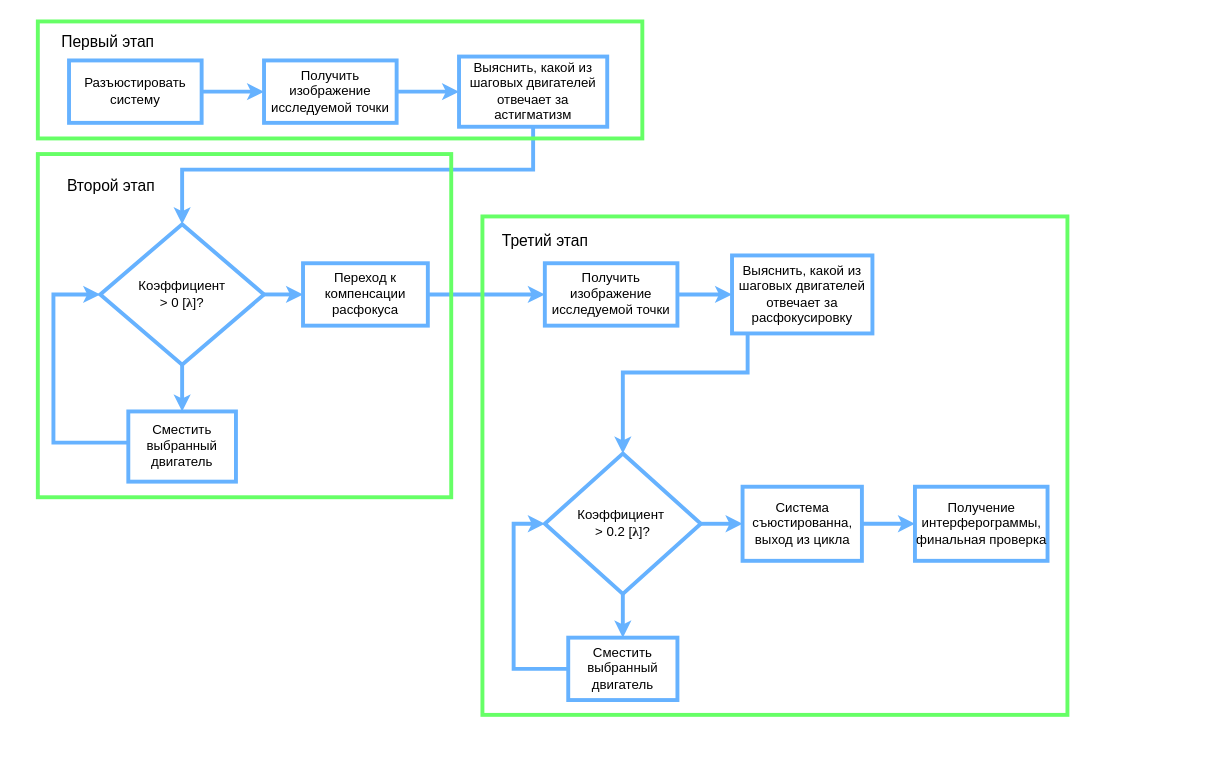
The draw.io diagram алг.drawio in Armore27/learning, before the edit. Source tidied: cells renumbered, new cells numbered last; positions are measured from the earlier drawing's top-left corner, leaving out a move shared by most shapes. Both pictures are drawn from the tidied source at 78%, with x=0, y=0 at pixel (13, 13).
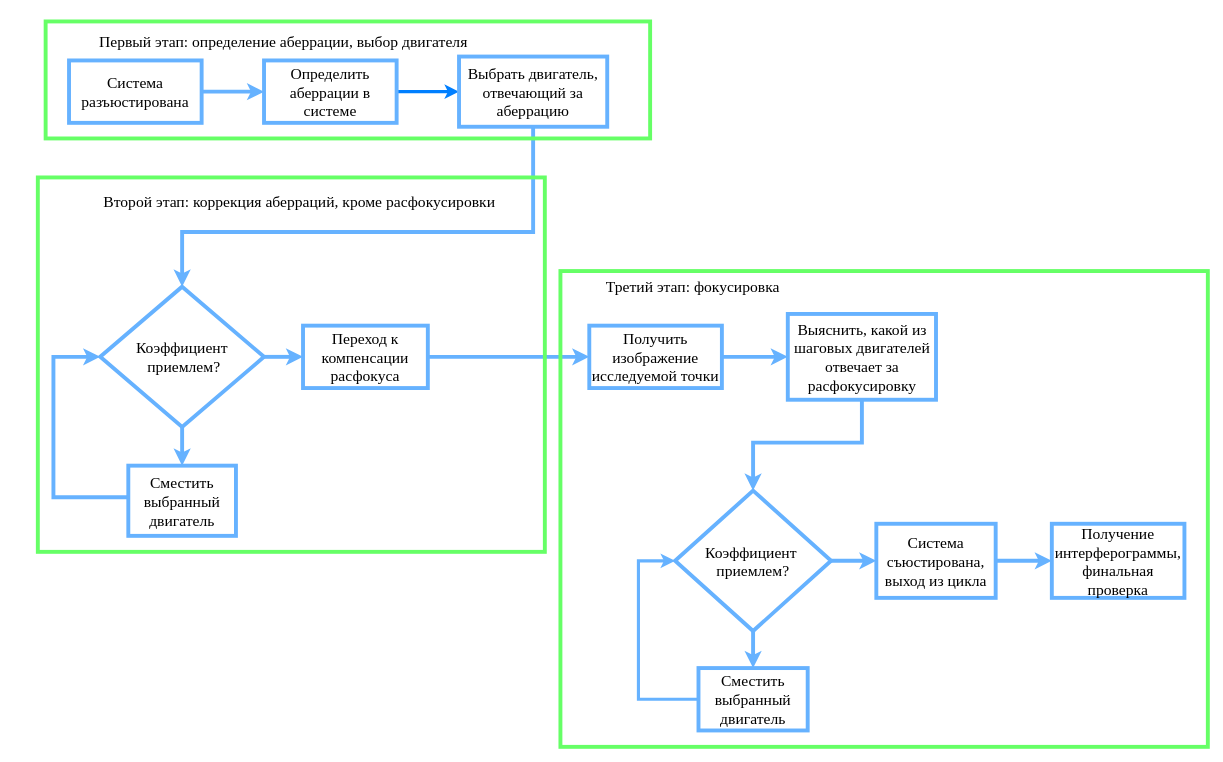
After the change.

Diff of the diagram source:
```diff
@@
-    <mxCell id="3" value="&lt;font style=&quot;font-size: 17px&quot;&gt;Разъюстировать систему&lt;/font&gt;" style="rounded=0;whiteSpace=wrap;html=1;strokeColor=#66B2FF;strokeWidth=5;" parent="1" vertex="1">
+    <mxCell id="3" value="&lt;font face=&quot;Times New Roman&quot; style=&quot;font-size: 20px&quot;&gt;Система разъюстирована&lt;/font&gt;" style="rounded=0;whiteSpace=wrap;html=1;strokeColor=#66B2FF;strokeWidth=5;" parent="1" vertex="1">
       <mxGeometry x="71" y="60" width="170" height="80" as="geometry" />
     </mxCell>
-    <mxCell id="4" style="edgeStyle=orthogonalEdgeStyle;rounded=0;jettySize=auto;html=1;strokeColor=#66B2FF;strokeWidth=5;" parent="1" edge="1" source="5" target="7">
+    <mxCell id="4" style="edgeStyle=orthogonalEdgeStyle;rounded=0;jettySize=auto;html=1;strokeColor=#007FFF;strokeWidth=4;" parent="1" edge="1" source="5" target="7">
       <mxGeometry relative="1" as="geometry" />
     </mxCell>
-    <mxCell id="5" value="&lt;font style=&quot;font-size: 17px&quot;&gt;Получить изображение исследуемой точки&lt;/font&gt;" style="rounded=0;whiteSpace=wrap;html=1;strokeColor=#66B2FF;strokeWidth=5;" parent="1" vertex="1">
+    <mxCell id="5" value="&lt;font style=&quot;font-size: 20px&quot; face=&quot;Times New Roman&quot;&gt;Определить аберрации в системе&lt;/font&gt;" style="rounded=0;whiteSpace=wrap;html=1;strokeColor=#66B2FF;strokeWidth=5;" parent="1" vertex="1">
       <mxGeometry x="321" y="60" width="170" height="80" as="geometry" />
     </mxCell>
     <mxCell id="6" style="edgeStyle=orthogonalEdgeStyle;rounded=0;jettySize=auto;html=1;entryX=0.5;entryY=0;entryDx=0;entryDy=0;strokeColor=#66B2FF;strokeWidth=5;" parent="1" edge="1" source="7" target="10">
       <mxGeometry relative="1" as="geometry">
         <Array as="points">
-          <mxPoint x="666" y="200" />
-          <mxPoint x="216" y="200" />
+          <mxPoint x="666" y="280" />
+          <mxPoint x="216" y="280" />
         </Array>
       </mxGeometry>
     </mxCell>
-    <mxCell id="7" value="&lt;font style=&quot;font-size: 17px&quot;&gt;Выяснить, какой из шаговых двигателей отвечает за астигматизм&lt;/font&gt;" style="rounded=0;whiteSpace=wrap;html=1;strokeColor=#66B2FF;strokeWidth=5;" parent="1" vertex="1">
+    <mxCell id="7" value="&lt;font style=&quot;font-size: 20px&quot; face=&quot;Times New Roman&quot;&gt;Выбрать двигатель, отвечающий за аберрацию&lt;/font&gt;" style="rounded=0;whiteSpace=wrap;html=1;strokeColor=#66B2FF;strokeWidth=5;" parent="1" vertex="1">
       <mxGeometry x="571" y="55" width="190" height="90" as="geometry" />
     </mxCell>
@@
-    <mxCell id="10" value="&lt;font&gt;&lt;span style=&quot;font-size: 17px&quot;&gt;Коэффициент &lt;/span&gt;&lt;br&gt;&lt;span style=&quot;font-size: 17px&quot;&gt;&amp;gt; 0 [&lt;/span&gt;&lt;span lang=&quot;grc&quot; style=&quot;color: rgb(34 , 34 , 34) ; font-family: sans-serif&quot;&gt;&lt;span style=&quot;font-family: &amp;#34;palatino linotype&amp;#34; , &amp;#34;new athena unicode&amp;#34; , &amp;#34;athena&amp;#34; , &amp;#34;gentium&amp;#34; , &amp;#34;code2000&amp;#34; , serif&quot;&gt;&lt;span style=&quot;font-weight: 700&quot;&gt;&lt;font style=&quot;font-size: 17px&quot;&gt;λ&lt;/font&gt;&lt;/span&gt;&lt;/span&gt;&lt;/span&gt;&lt;span style=&quot;font-size: 17px&quot;&gt;]?&lt;/span&gt;&lt;/font&gt;" style="rhombus;whiteSpace=wrap;html=1;strokeColor=#66B2FF;strokeWidth=5;" parent="1" vertex="1">
-      <mxGeometry x="111" y="270" width="210" height="180" as="geometry" />
+    <mxCell id="10" value="&lt;font face=&quot;Times New Roman&quot; style=&quot;font-size: 20px&quot;&gt;&lt;span&gt;Коэффициент &lt;/span&gt;&lt;br&gt;&lt;span&gt;&amp;nbsp;приемлем&lt;/span&gt;&lt;span&gt;?&lt;/span&gt;&lt;/font&gt;" style="rhombus;whiteSpace=wrap;html=1;strokeColor=#66B2FF;strokeWidth=5;" parent="1" vertex="1">
+      <mxGeometry x="111" y="350" width="210" height="180" as="geometry" />
     </mxCell>
     <mxCell id="11" style="edgeStyle=orthogonalEdgeStyle;rounded=0;jettySize=auto;html=1;strokeColor=#66B2FF;strokeWidth=5;entryX=0;entryY=0.5;entryDx=0;entryDy=0;" parent="1" edge="1" source="12" target="10">
       <mxGeometry relative="1" as="geometry">
         <Array as="points">
-          <mxPoint x="51" y="550" />
-          <mxPoint x="51" y="360" />
+          <mxPoint x="51" y="620" />
+          <mxPoint x="51" y="440" />
         </Array>
       </mxGeometry>
     </mxCell>
-    <mxCell id="12" value="&lt;font style=&quot;font-size: 17px&quot;&gt;Сместить выбранный двигатель&lt;/font&gt;" style="rounded=0;whiteSpace=wrap;html=1;strokeColor=#66B2FF;strokeWidth=5;" parent="1" vertex="1">
-      <mxGeometry x="147" y="510" width="138" height="90" as="geometry" />
+    <mxCell id="12" value="&lt;font style=&quot;font-size: 20px&quot; face=&quot;Times New Roman&quot;&gt;Сместить выбранный двигатель&lt;/font&gt;" style="rounded=0;whiteSpace=wrap;html=1;strokeColor=#66B2FF;strokeWidth=5;" parent="1" vertex="1">
+      <mxGeometry x="147" y="579.5" width="138" height="90" as="geometry" />
     </mxCell>
@@
-    <mxCell id="14" value="&lt;font style=&quot;font-size: 17px&quot;&gt;Переход к компенсации расфокуса&lt;/font&gt;" style="rounded=0;whiteSpace=wrap;html=1;strokeColor=#66B2FF;strokeWidth=5;" parent="1" vertex="1">
-      <mxGeometry x="371" y="320" width="160" height="80" as="geometry" />
+    <mxCell id="14" value="&lt;font style=&quot;font-size: 20px&quot; face=&quot;Times New Roman&quot;&gt;Переход к компенсации расфокуса&lt;/font&gt;" style="rounded=0;whiteSpace=wrap;html=1;strokeColor=#66B2FF;strokeWidth=5;" parent="1" vertex="1">
+      <mxGeometry x="371" y="400" width="160" height="80" as="geometry" />
     </mxCell>
@@
-    <mxCell id="16" value="&lt;font style=&quot;font-size: 17px&quot;&gt;Получить изображение исследуемой точки&lt;/font&gt;" style="rounded=0;whiteSpace=wrap;html=1;strokeColor=#66B2FF;strokeWidth=5;" parent="1" vertex="1">
-      <mxGeometry x="681" y="320" width="170" height="80" as="geometry" />
+    <mxCell id="16" value="&lt;font style=&quot;font-size: 20px&quot; face=&quot;Times New Roman&quot;&gt;Получить изображение исследуемой точки&lt;/font&gt;" style="rounded=0;whiteSpace=wrap;html=1;strokeColor=#66B2FF;strokeWidth=5;" parent="1" vertex="1">
+      <mxGeometry x="738" y="400" width="170" height="80" as="geometry" />
     </mxCell>
     <mxCell id="17" style="edgeStyle=orthogonalEdgeStyle;rounded=0;jettySize=auto;html=1;strokeColor=#66B2FF;strokeWidth=5;" parent="1" edge="1" source="18" target="21">
       <mxGeometry relative="1" as="geometry">
         <Array as="points">
-          <mxPoint x="941" y="460" />
-          <mxPoint x="781" y="460" />
+          <mxPoint x="1088" y="550" />
+          <mxPoint x="948" y="550" />
         </Array>
       </mxGeometry>
     </mxCell>
-    <mxCell id="18" value="&lt;font style=&quot;font-size: 17px&quot;&gt;Выяснить, какой из шаговых двигателей отвечает за расфокусировку&lt;/font&gt;" style="rounded=0;whiteSpace=wrap;html=1;strokeColor=#66B2FF;strokeWidth=5;" parent="1" vertex="1">
-      <mxGeometry x="921" y="310" width="180" height="100" as="geometry" />
+    <mxCell id="18" value="&lt;font style=&quot;font-size: 20px&quot; face=&quot;Times New Roman&quot;&gt;Выяснить, какой из шаговых двигателей отвечает за расфокусировку&lt;/font&gt;" style="rounded=0;whiteSpace=wrap;html=1;strokeColor=#66B2FF;strokeWidth=5;" parent="1" vertex="1">
+      <mxGeometry x="992.5" y="385" width="190" height="110" as="geometry" />
     </mxCell>
@@
-    <mxCell id="21" value="&lt;span style=&quot;white-space: normal ; font-size: 17px&quot;&gt;Коэффициент&amp;nbsp;&lt;/span&gt;&lt;br style=&quot;white-space: normal&quot;&gt;&lt;span style=&quot;white-space: normal ; font-size: 17px&quot;&gt;&amp;gt; 0.2 [&lt;/span&gt;&lt;span lang=&quot;grc&quot; style=&quot;white-space: normal ; color: rgb(34 , 34 , 34) ; font-family: sans-serif&quot;&gt;&lt;span style=&quot;font-family: &amp;#34;palatino linotype&amp;#34; , &amp;#34;new athena unicode&amp;#34; , &amp;#34;athena&amp;#34; , &amp;#34;gentium&amp;#34; , &amp;#34;code2000&amp;#34; , serif&quot;&gt;&lt;span style=&quot;font-weight: 700&quot;&gt;&lt;font style=&quot;font-size: 17px&quot;&gt;λ&lt;/font&gt;&lt;/span&gt;&lt;/span&gt;&lt;/span&gt;&lt;span style=&quot;white-space: normal ; font-size: 17px&quot;&gt;]?&lt;/span&gt;" style="rhombus;whiteSpace=wrap;html=1;strokeColor=#66B2FF;strokeWidth=5;" parent="1" vertex="1">
-      <mxGeometry x="681" y="564" width="200" height="180" as="geometry" />
+    <mxCell id="21" value="&lt;font style=&quot;font-size: 20px&quot; face=&quot;Times New Roman&quot;&gt;&lt;span style=&quot;white-space: normal&quot;&gt;Коэффициент&amp;nbsp;&lt;/span&gt;&lt;br style=&quot;white-space: normal&quot;&gt;&lt;span style=&quot;white-space: normal&quot;&gt;приемлем?&lt;/span&gt;&lt;/font&gt;" style="rhombus;whiteSpace=wrap;html=1;strokeColor=#66B2FF;strokeWidth=5;" parent="1" vertex="1">
+      <mxGeometry x="848" y="611.5" width="200" height="180" as="geometry" />
     </mxCell>
-    <mxCell id="22" style="edgeStyle=orthogonalEdgeStyle;rounded=0;jettySize=auto;html=1;entryX=0;entryY=0.5;entryDx=0;entryDy=0;strokeColor=#66B2FF;strokeWidth=5;" parent="1" edge="1" source="23" target="21">
+    <mxCell id="22" style="edgeStyle=orthogonalEdgeStyle;rounded=0;jettySize=auto;html=1;strokeColor=#66B2FF;strokeWidth=4;entryX=0;entryY=0.5;entryDx=0;entryDy=0;" parent="1" edge="1" source="23" target="21">
       <mxGeometry relative="1" as="geometry">
         <Array as="points">
-          <mxPoint x="641" y="840" />
-          <mxPoint x="641" y="654" />
+          <mxPoint x="801" y="879" />
+          <mxPoint x="801" y="702" />
         </Array>
       </mxGeometry>
     </mxCell>
-    <mxCell id="23" value="&lt;span style=&quot;font-size: 17px ; white-space: normal&quot;&gt;Сместить выбранный двигатель&lt;/span&gt;" style="rounded=0;whiteSpace=wrap;html=1;strokeColor=#66B2FF;strokeWidth=5;" parent="1" vertex="1">
-      <mxGeometry x="711" y="800" width="140" height="80" as="geometry" />
+    <mxCell id="23" value="&lt;span style=&quot;white-space: normal&quot;&gt;&lt;font style=&quot;font-size: 20px&quot; face=&quot;Times New Roman&quot;&gt;Сместить выбранный двигатель&lt;/font&gt;&lt;/span&gt;" style="rounded=0;whiteSpace=wrap;html=1;strokeColor=#66B2FF;strokeWidth=5;" parent="1" vertex="1">
+      <mxGeometry x="878" y="839" width="140" height="80" as="geometry" />
     </mxCell>
@@
-    <mxCell id="25" value="&lt;span style=&quot;font-size: 17px ; white-space: normal&quot;&gt;Система съюстированна, выход из цикла&lt;/span&gt;" style="rounded=0;whiteSpace=wrap;html=1;strokeColor=#66B2FF;strokeWidth=5;" parent="1" vertex="1">
-      <mxGeometry x="934.5" y="606.5" width="153" height="95" as="geometry" />
+    <mxCell id="25" value="&lt;span style=&quot;white-space: normal&quot;&gt;&lt;font style=&quot;font-size: 20px&quot; face=&quot;Times New Roman&quot;&gt;Система съюстирована, выход из цикла&lt;/font&gt;&lt;/span&gt;" style="rounded=0;whiteSpace=wrap;html=1;strokeColor=#66B2FF;strokeWidth=5;" parent="1" vertex="1">
+      <mxGeometry x="1106" y="654" width="153" height="95" as="geometry" />
     </mxCell>
-    <mxCell id="26" value="&lt;span style=&quot;font-size: 17px ; white-space: normal&quot;&gt;Получение интерферограммы,&lt;br&gt;финальная проверка&lt;/span&gt;" style="rounded=0;whiteSpace=wrap;html=1;strokeColor=#66B2FF;strokeWidth=5;" parent="1" vertex="1">
-      <mxGeometry x="1155.5" y="606.5" width="170" height="95" as="geometry" />
+    <mxCell id="26" value="&lt;span style=&quot;font-size: 20px ; white-space: normal&quot;&gt;&lt;font face=&quot;Times New Roman&quot;&gt;Получение интерферограммы,&lt;br&gt;финальная проверка&lt;/font&gt;&lt;/span&gt;" style="rounded=0;whiteSpace=wrap;html=1;strokeColor=#66B2FF;strokeWidth=5;" parent="1" vertex="1">
+      <mxGeometry x="1331" y="654" width="170" height="95" as="geometry" />
     </mxCell>
-    <mxCell id="27" style="rounded=0;whiteSpace=wrap;html=1;strokeColor=#66FF66;strokeWidth=5;fillColor=none;" parent="1" vertex="1">
-      <mxGeometry x="31" y="10" width="775" height="150" as="geometry" />
-    </mxCell>
     <mxCell id="28" style="rounded=0;whiteSpace=wrap;html=1;strokeColor=#66FF66;strokeWidth=5;fillColor=none;" parent="1" vertex="1">
-      <mxGeometry x="31" y="180" width="530" height="440" as="geometry" />
+      <mxGeometry x="31" y="210" width="650" height="480" as="geometry" />
     </mxCell>
     <mxCell id="29" style="rounded=0;whiteSpace=wrap;html=1;strokeColor=#66FF66;strokeWidth=5;fillColor=none;" parent="1" vertex="1">
-      <mxGeometry x="601" y="260" width="750" height="639" as="geometry" />
+      <mxGeometry x="701" y="330" width="830" height="610" as="geometry" />
     </mxCell>
-    <mxCell id="30" value="&lt;font style=&quot;font-size: 20px&quot;&gt;Первый этап&lt;/font&gt;" style="text;html=1;strokeColor=none;fillColor=none;align=center;verticalAlign=middle;whiteSpace=wrap;rounded=0;" parent="1" vertex="1">
-      <mxGeometry x="11" width="220" height="70" as="geometry" />
+    <mxCell id="30" value="&lt;font style=&quot;font-size: 20px&quot; face=&quot;Times New Roman&quot;&gt;Первый этап: определение аберрации, выбор двигателя&lt;/font&gt;" style="text;html=1;strokeColor=none;fillColor=none;align=center;verticalAlign=middle;whiteSpace=wrap;rounded=0;" parent="1" vertex="1">
+      <mxGeometry x="51" width="590" height="70" as="geometry" />
     </mxCell>
-    <mxCell id="31" value="&lt;font style=&quot;font-size: 20px&quot;&gt;Второй этап&lt;/font&gt;" style="text;html=1;strokeColor=none;fillColor=none;align=center;verticalAlign=middle;whiteSpace=wrap;rounded=0;" parent="1" vertex="1">
-      <mxGeometry y="180" width="250" height="80" as="geometry" />
+    <mxCell id="31" value="&lt;font style=&quot;font-size: 20px&quot; face=&quot;Times New Roman&quot;&gt;Второй этап: коррекция аберраций, кроме расфокусировки&lt;/font&gt;" style="text;html=1;strokeColor=none;fillColor=none;align=center;verticalAlign=middle;whiteSpace=wrap;rounded=0;" parent="1" vertex="1">
+      <mxGeometry x="81" y="200" width="571" height="80" as="geometry" />
     </mxCell>
-    <mxCell id="32" value="&lt;font style=&quot;font-size: 20px&quot;&gt;Третий этап&lt;/font&gt;" style="text;html=1;strokeColor=none;fillColor=none;align=center;verticalAlign=middle;whiteSpace=wrap;rounded=0;rotation=0;" parent="1" vertex="1">
-      <mxGeometry x="572.5" y="240" width="217" height="100" as="geometry" />
+    <mxCell id="32" value="&lt;font style=&quot;font-size: 20px&quot; face=&quot;Times New Roman&quot;&gt;Третий этап: фокусировка&lt;/font&gt;" style="text;html=1;strokeColor=none;fillColor=none;align=center;verticalAlign=middle;whiteSpace=wrap;rounded=0;rotation=0;" parent="1" vertex="1">
+      <mxGeometry x="731" y="300" width="280" height="100" as="geometry" />
     </mxCell>
+    <mxCell id="27" style="rounded=0;whiteSpace=wrap;html=1;strokeColor=#66FF66;strokeWidth=5;fillColor=none;" parent="1" vertex="1">
+      <mxGeometry x="41" y="10" width="775" height="150" as="geometry" />
+    </mxCell>
```
